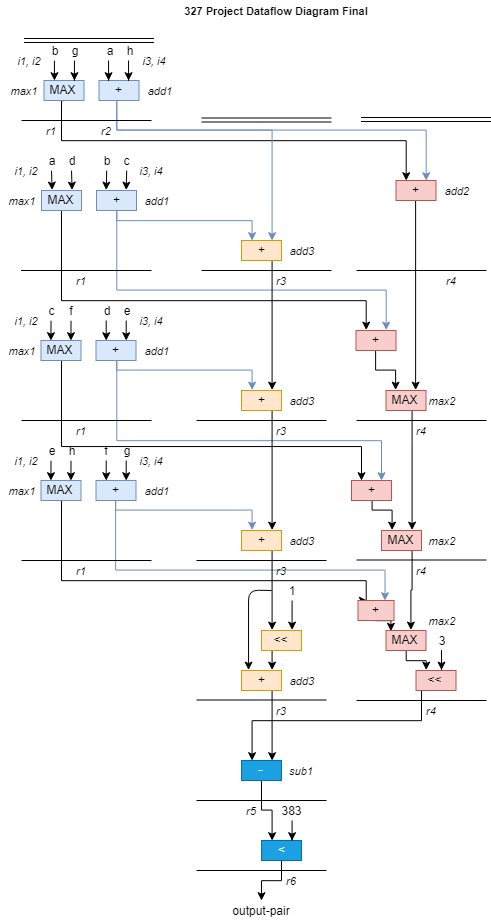
Above: DFD/dfd_design_3(final).png in pwyq/BME351 (draw.io), before the change. Source tidied: cells renumbered, new cells last; positions are measured from the earlier drawing's top-left corner, leaving out a move shared by most shapes.
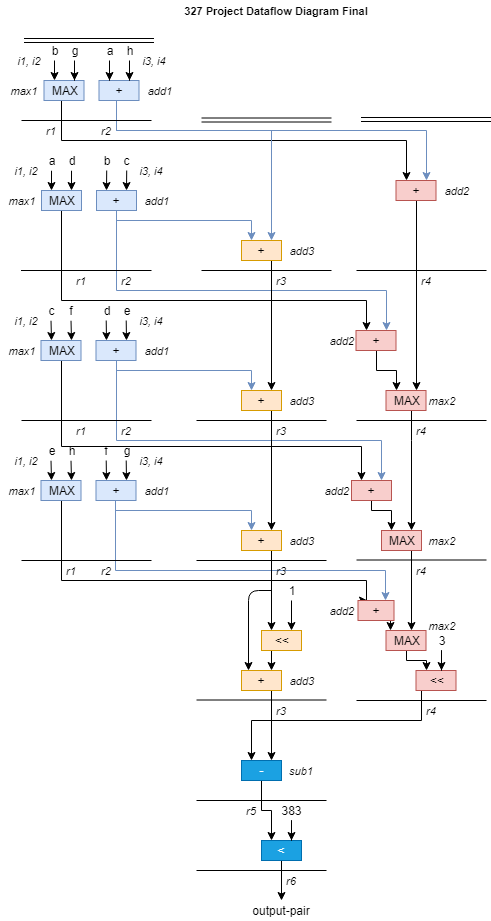
After the commit.

The edit, as a diff of the source:
```diff
@@ -450,7 +450,7 @@
       <mxGeometry x="270" y="420" width="20" height="20" as="geometry" />
     </mxCell>
     <mxCell id="108" value="r4" style="text;html=1;strokeColor=none;fillColor=none;align=center;verticalAlign=middle;whiteSpace=wrap;rounded=0;dashed=1;fontStyle=2;fontSize=11;" parent="1" vertex="1">
-      <mxGeometry x="440" y="270" width="20" height="20" as="geometry" />
+      <mxGeometry x="414.5" y="270" width="20" height="20" as="geometry" />
     </mxCell>
     <mxCell id="109" value="r4" style="text;html=1;strokeColor=none;fillColor=none;align=center;verticalAlign=middle;whiteSpace=wrap;rounded=0;dashed=1;fontStyle=2;fontSize=11;" parent="1" vertex="1">
       <mxGeometry x="410" y="420" width="20" height="20" as="geometry" />
@@ -512,10 +512,10 @@
       <mxGeometry x="384.5" y="630" width="40" height="20" as="geometry" />
     </mxCell>
     <mxCell id="123" value="max2" style="text;html=1;strokeColor=none;fillColor=none;align=center;verticalAlign=middle;whiteSpace=wrap;rounded=0;dashed=1;fontStyle=2;fontSize=11;" parent="1" vertex="1">
-      <mxGeometry x="420" y="610" width="40" height="20" as="geometry" />
+      <mxGeometry x="420" y="615" width="40" height="20" as="geometry" />
     </mxCell>
     <mxCell id="124" value="r1" style="text;html=1;strokeColor=none;fillColor=none;align=center;verticalAlign=middle;whiteSpace=wrap;rounded=0;dashed=1;fontStyle=2;fontSize=11;" parent="1" vertex="1">
-      <mxGeometry x="70" y="560" width="20" height="20" as="geometry" />
+      <mxGeometry x="59.5" y="560" width="20" height="20" as="geometry" />
     </mxCell>
     <mxCell id="125" value="r3" style="text;html=1;strokeColor=none;fillColor=none;align=center;verticalAlign=middle;whiteSpace=wrap;rounded=0;dashed=1;fontStyle=2;fontSize=11;" parent="1" vertex="1">
       <mxGeometry x="270" y="560" width="20" height="20" as="geometry" />
@@ -589,7 +589,7 @@
       <mxGeometry x="240" y="800" width="20" height="20" as="geometry" />
     </mxCell>
     <mxCell id="144" value="output-pair&lt;br&gt;" style="text;html=1;strokeColor=none;fillColor=none;align=center;verticalAlign=middle;whiteSpace=wrap;rounded=0;" parent="1" vertex="1">
-      <mxGeometry x="220" y="900" width="80" height="20" as="geometry" />
+      <mxGeometry x="240" y="900" width="80" height="20" as="geometry" />
     </mxCell>
     <mxCell id="145" value="r6" style="text;html=1;strokeColor=none;fillColor=none;align=center;verticalAlign=middle;whiteSpace=wrap;rounded=0;dashed=1;fontStyle=2;fontSize=11;" parent="1" vertex="1">
       <mxGeometry x="280" y="870" width="20" height="20" as="geometry" />
@@ -606,5 +606,23 @@
     <mxCell id="149" value="+" style="rounded=0;whiteSpace=wrap;html=1;fillColor=#f8cecc;strokeColor=#b85450;" parent="1" vertex="1">
       <mxGeometry x="354.5" y="330" width="40" height="20" as="geometry" />
     </mxCell>
+    <mxCell id="150" value="add2" style="text;html=1;strokeColor=none;fillColor=none;align=center;verticalAlign=middle;whiteSpace=wrap;rounded=0;dashed=1;fontStyle=2;fontSize=11;" parent="1" vertex="1">
+      <mxGeometry x="320" y="330" width="40" height="20" as="geometry" />
+    </mxCell>
+    <mxCell id="151" value="add2" style="text;html=1;strokeColor=none;fillColor=none;align=center;verticalAlign=middle;whiteSpace=wrap;rounded=0;dashed=1;fontStyle=2;fontSize=11;" parent="1" vertex="1">
+      <mxGeometry x="314.5" y="480" width="40" height="20" as="geometry" />
+    </mxCell>
+    <mxCell id="152" value="add2" style="text;html=1;strokeColor=none;fillColor=none;align=center;verticalAlign=middle;whiteSpace=wrap;rounded=0;dashed=1;fontStyle=2;fontSize=11;" parent="1" vertex="1">
+      <mxGeometry x="320" y="600" width="40" height="20" as="geometry" />
+    </mxCell>
+    <mxCell id="153" value="r2" style="text;html=1;strokeColor=none;fillColor=none;align=center;verticalAlign=middle;whiteSpace=wrap;rounded=0;dashed=1;fontStyle=2;fontSize=11;" parent="1" vertex="1">
+      <mxGeometry x="115" y="270" width="20" height="20" as="geometry" />
+    </mxCell>
+    <mxCell id="154" value="r2" style="text;html=1;strokeColor=none;fillColor=none;align=center;verticalAlign=middle;whiteSpace=wrap;rounded=0;dashed=1;fontStyle=2;fontSize=11;" parent="1" vertex="1">
+      <mxGeometry x="115" y="420" width="20" height="20" as="geometry" />
+    </mxCell>
+    <mxCell id="155" value="r2" style="text;html=1;strokeColor=none;fillColor=none;align=center;verticalAlign=middle;whiteSpace=wrap;rounded=0;dashed=1;fontStyle=2;fontSize=11;" parent="1" vertex="1">
+      <mxGeometry x="94.5" y="560" width="20" height="20" as="geometry" />
+    </mxCell>
   </root>
 </mxGraphModel>
```
